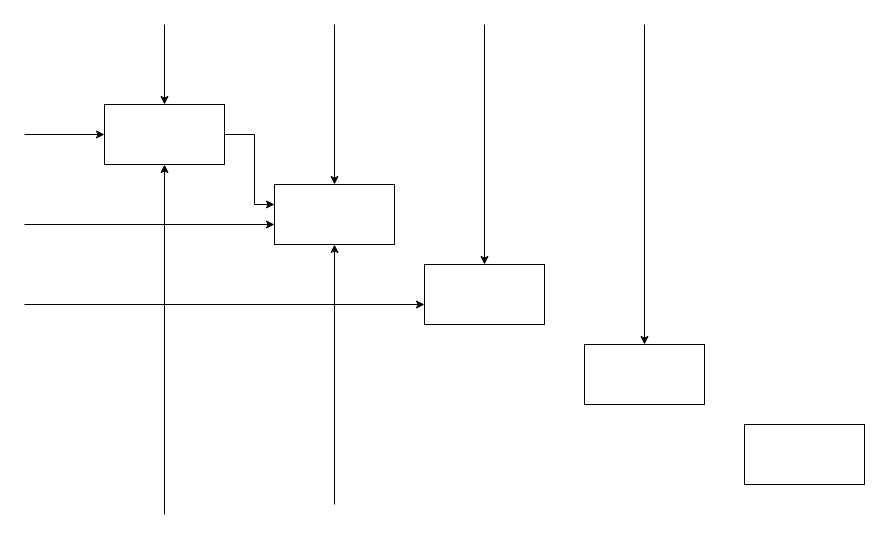
Ev0or/dontTouch keeps this draw.io diagram as page "магазин чая" (3 of 3) of Диаграз названия.drawio. Above is the earlier version. Source tidied: cells renumbered, new cells numbered last; positions are measured from the earlier drawing's top-left corner, leaving out a move shared by most shapes. Both pictures are drawn from the tidied source at 100%, with x=0, y=0 at pixel (24, 24).
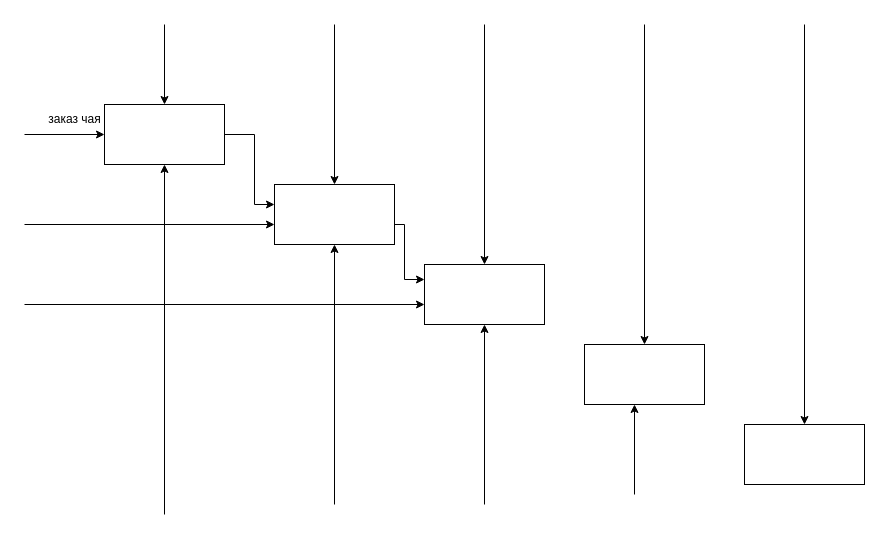
After the change.

The change refers to these unchanged cells:
```xml
<mxCell id="2" style="rounded=0;whiteSpace=wrap;html=1;" parent="1" vertex="1">
  <mxGeometry x="720" y="400" width="120" height="60" as="geometry" />
</mxCell>
<mxCell id="3" style="rounded=0;whiteSpace=wrap;html=1;" parent="1" vertex="1">
  <mxGeometry x="400" y="240" width="120" height="60" as="geometry" />
</mxCell>
```

Diff of the diagram source:
```diff
@@
+    <mxCell id="17" style="endArrow=classic;html=1;rounded=0;" parent="1" edge="1">
+      <mxGeometry relative="1" as="geometry">
+        <mxPoint x="460" y="480" as="sourcePoint" />
+        <mxPoint x="460" y="300" as="targetPoint" />
+      </mxGeometry>
+    </mxCell>
+    <mxCell id="18" style="endArrow=classic;html=1;rounded=0;" parent="1" edge="1">
+      <mxGeometry relative="1" as="geometry">
+        <mxPoint x="610" y="470" as="sourcePoint" />
+        <mxPoint x="610" y="380" as="targetPoint" />
+      </mxGeometry>
+    </mxCell>
+    <mxCell id="19" style="endArrow=classic;html=1;rounded=0;entryX=0.5;entryY=0;entryDx=0;entryDy=0;" parent="1" edge="1" target="2">
+      <mxGeometry relative="1" as="geometry">
+        <mxPoint x="780" as="sourcePoint" />
+      </mxGeometry>
+    </mxCell>
+    <mxCell id="20" style="endArrow=classic;html=1;rounded=0;entryX=0;entryY=0.25;entryDx=0;entryDy=0;" parent="1" edge="1" target="3">
+      <mxGeometry relative="1" as="geometry">
+        <mxPoint x="370" y="200" as="sourcePoint" />
+        <Array as="points">
+          <mxPoint x="380" y="200" />
+          <mxPoint x="380" y="255" />
+        </Array>
+      </mxGeometry>
+    </mxCell>
+    <mxCell id="21" value="заказ чая" style="text;html=1;align=center;verticalAlign=middle;strokeColor=none;fillColor=none;" parent="1" vertex="1">
+      <mxGeometry x="10" y="80" width="80" height="30" as="geometry" />
+    </mxCell>
```
